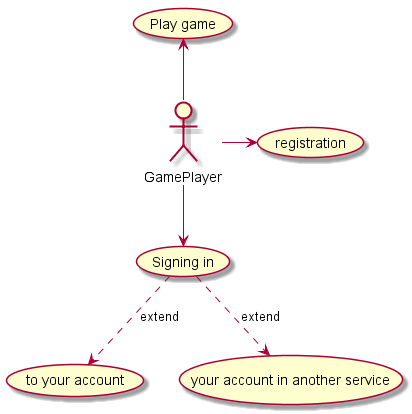
Before: usecase.png, a diagram exported from PlantUML (pharret31/bomberplan).
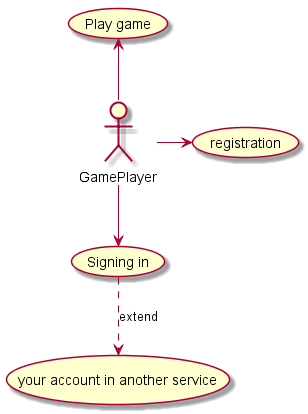
After the commit.

Change to the diagram source:
```diff
@@ -6,9 +6,6 @@
 GamePlayer  -right-> (registration)
 
 
-
-(Signing in ) .down.> (to your account) :extend
-
 (Signing in ) .down.> (your account in another service) :extend
 
 
```
